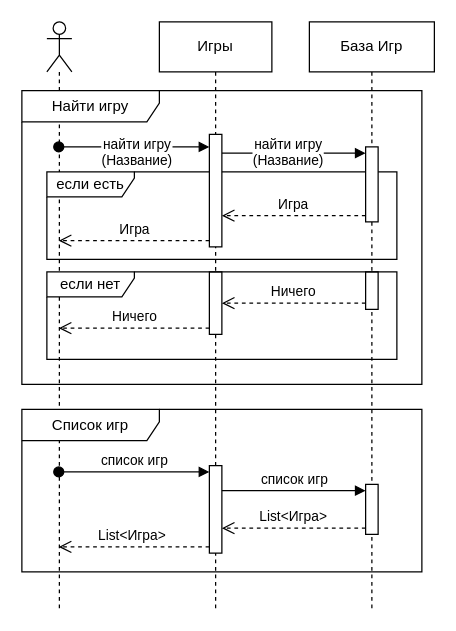
This is diagrams/User_Games.drawio from ShamsudinGH/table_games, a draw.io file, before an edit. Source tidied: cells renumbered, new cells numbered last; positions are measured from the earlier drawing's top-left corner, leaving out a move shared by most shapes. Both pictures are drawn from the tidied source at 125%, with x=0, y=0 at pixel (21, 21).
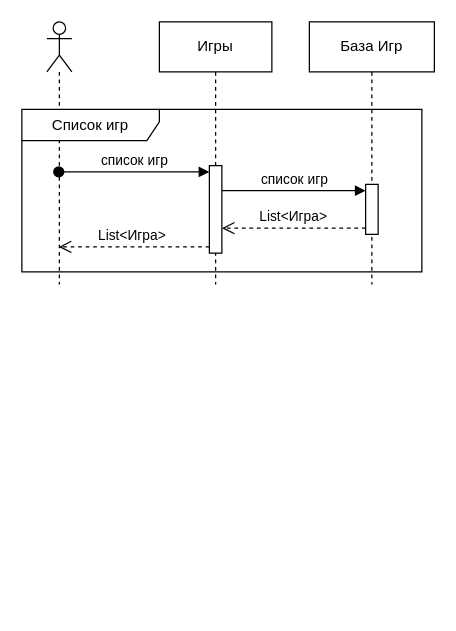
The same diagram, later.

The edit, as a diff of the source:
```diff
@@
     <mxCell id="2" style="shape=umlLifeline;perimeter=lifelinePerimeter;whiteSpace=wrap;html=1;outlineConnect=0;portConstraint=eastwest;newEdgeStyle={&quot;curved&quot;:0,&quot;rounded&quot;:0};participant=umlActor;" parent="1" vertex="1">
-      <mxGeometry x="20" width="20" height="470" as="geometry" />
+      <mxGeometry x="20" width="20" height="210" as="geometry" />
     </mxCell>
-    <mxCell id="3" value="найти игру&lt;br&gt;(Название)" style="html=1;verticalAlign=bottom;startArrow=oval;startFill=1;endArrow=block;startSize=8;curved=0;rounded=0;" parent="1" edge="1" target="9">
-      <mxGeometry x="0.01" y="-20" relative="1" as="geometry">
-        <mxPoint x="29.5" y="100" as="sourcePoint" />
-        <mxPoint x="1" as="offset" />
-      </mxGeometry>
-    </mxCell>
-    <mxCell id="4" value="найти игру&lt;br&gt;(Название)" style="html=1;verticalAlign=bottom;endArrow=block;curved=0;rounded=0;entryX=0;entryY=0;entryDx=0;entryDy=5;" parent="1" edge="1" source="9" target="13">
-      <mxGeometry x="-0.08" y="-15" relative="1" as="geometry" />
-    </mxCell>
-    <mxCell id="5" value="Игра" style="html=1;verticalAlign=bottom;endArrow=open;dashed=1;endSize=8;curved=0;rounded=0;exitX=0;exitY=1;exitDx=0;exitDy=-5;" parent="1" edge="1" source="13" target="9">
-      <mxGeometry relative="1" as="geometry" />
-    </mxCell>
-    <mxCell id="6" value="Игра" style="html=1;verticalAlign=bottom;endArrow=open;dashed=1;endSize=8;curved=0;rounded=0;exitX=0;exitY=1;exitDx=0;exitDy=-5;exitPerimeter=0;" parent="1" edge="1" source="9">
-      <mxGeometry relative="1" as="geometry">
-        <mxPoint x="29.5" y="175" as="targetPoint" />
-      </mxGeometry>
-    </mxCell>
-    <mxCell id="7" value="если есть" style="shape=umlFrame;whiteSpace=wrap;html=1;width=70;height=20;" parent="1" vertex="1">
-      <mxGeometry x="20" y="120" width="280" height="70" as="geometry" />
-    </mxCell>
     <mxCell id="8" value="Игры" style="shape=umlLifeline;perimeter=lifelinePerimeter;whiteSpace=wrap;html=1;newEdgeStyle={&quot;curved&quot;:0,&quot;rounded&quot;:0};" parent="1" vertex="1">
-      <mxGeometry x="110" width="90" height="470" as="geometry" />
+      <mxGeometry x="110" width="90" height="210" as="geometry" />
     </mxCell>
-    <mxCell id="9" style="html=1;points=[[0,0,0,0,5],[0,1,0,0,-5],[1,0,0,0,5],[1,1,0,0,-5]];perimeter=orthogonalPerimeter;outlineConnect=0;targetShapes=umlLifeline;portConstraint=eastwest;newEdgeStyle={&quot;curved&quot;:0,&quot;rounded&quot;:0};" parent="8" vertex="1">
-      <mxGeometry x="40" y="90" width="10" height="90" as="geometry" />
-    </mxCell>
-    <mxCell id="10" style="html=1;points=[[0,0,0,0,5],[0,1,0,0,-5],[1,0,0,0,5],[1,1,0,0,-5]];perimeter=orthogonalPerimeter;outlineConnect=0;targetShapes=umlLifeline;portConstraint=eastwest;newEdgeStyle={&quot;curved&quot;:0,&quot;rounded&quot;:0};" parent="8" vertex="1">
-      <mxGeometry x="40" y="200" width="10" height="50" as="geometry" />
-    </mxCell>
+    <mxCell id="12" value="База Игр" style="shape=umlLifeline;perimeter=lifelinePerimeter;whiteSpace=wrap;html=1;newEdgeStyle={&quot;curved&quot;:0,&quot;rounded&quot;:0};" parent="1" vertex="1">
+      <mxGeometry x="230" width="100" height="210" as="geometry" />
+    </mxCell>
-    <mxCell id="11" style="html=1;points=[[0,0,0,0,5],[0,1,0,0,-5],[1,0,0,0,5],[1,1,0,0,-5]];perimeter=orthogonalPerimeter;outlineConnect=0;targetShapes=umlLifeline;portConstraint=eastwest;newEdgeStyle={&quot;curved&quot;:0,&quot;rounded&quot;:0};" parent="8" vertex="1">
-      <mxGeometry x="40" y="355" width="10" height="70" as="geometry" />
+    <mxCell id="11" style="html=1;points=[[0,0,0,0,5],[0,1,0,0,-5],[1,0,0,0,5],[1,1,0,0,-5]];perimeter=orthogonalPerimeter;outlineConnect=0;targetShapes=umlLifeline;portConstraint=eastwest;newEdgeStyle={&quot;curved&quot;:0,&quot;rounded&quot;:0};" parent="12" vertex="1">
+      <mxGeometry x="-80" y="115" width="10" height="70" as="geometry" />
     </mxCell>
-    <mxCell id="12" value="База Игр" style="shape=umlLifeline;perimeter=lifelinePerimeter;whiteSpace=wrap;html=1;newEdgeStyle={&quot;curved&quot;:0,&quot;rounded&quot;:0};" parent="1" vertex="1">
-      <mxGeometry x="230" width="100" height="470" as="geometry" />
-    </mxCell>
-    <mxCell id="13" style="html=1;points=[[0,0,0,0,5],[0,1,0,0,-5],[1,0,0,0,5],[1,1,0,0,-5]];perimeter=orthogonalPerimeter;outlineConnect=0;targetShapes=umlLifeline;portConstraint=eastwest;newEdgeStyle={&quot;curved&quot;:0,&quot;rounded&quot;:0};" parent="12" vertex="1">
-      <mxGeometry x="45" y="100" width="10" height="60" as="geometry" />
-    </mxCell>
-    <mxCell id="14" style="html=1;points=[[0,0,0,0,5],[0,1,0,0,-5],[1,0,0,0,5],[1,1,0,0,-5]];perimeter=orthogonalPerimeter;outlineConnect=0;targetShapes=umlLifeline;portConstraint=eastwest;newEdgeStyle={&quot;curved&quot;:0,&quot;rounded&quot;:0};" parent="12" vertex="1">
-      <mxGeometry x="45" y="200" width="10" height="30" as="geometry" />
-    </mxCell>
-    <mxCell id="15" value="Ничего" style="html=1;verticalAlign=bottom;endArrow=open;dashed=1;endSize=8;curved=0;rounded=0;exitX=0;exitY=1;exitDx=0;exitDy=-5;exitPerimeter=0;" parent="1" edge="1" source="14" target="10">
-      <mxGeometry relative="1" as="geometry" />
-    </mxCell>
-    <mxCell id="16" value="Ничего" style="html=1;verticalAlign=bottom;endArrow=open;dashed=1;endSize=8;curved=0;rounded=0;exitX=0;exitY=1;exitDx=0;exitDy=-5;exitPerimeter=0;" parent="1" edge="1" source="10">
-      <mxGeometry relative="1" as="geometry">
-        <mxPoint x="29.5" y="245" as="targetPoint" />
-      </mxGeometry>
-    </mxCell>
-    <mxCell id="17" value="если нет" style="shape=umlFrame;whiteSpace=wrap;html=1;width=70;height=20;" parent="1" vertex="1">
-      <mxGeometry x="20" y="200" width="280" height="70" as="geometry" />
-    </mxCell>
-    <mxCell id="18" value="Найти игру" style="shape=umlFrame;whiteSpace=wrap;html=1;width=110;height=25;" parent="1" vertex="1">
-      <mxGeometry y="55" width="320" height="235" as="geometry" />
-    </mxCell>
-    <mxCell id="19" value="Список игр" style="shape=umlFrame;whiteSpace=wrap;html=1;width=110;height=25;" parent="1" vertex="1">
-      <mxGeometry y="310" width="320" height="130" as="geometry" />
+    <mxCell id="19" value="Список игр" style="shape=umlFrame;whiteSpace=wrap;html=1;width=110;height=25;" parent="12" vertex="1">
+      <mxGeometry x="-230" y="70" width="320" height="130" as="geometry" />
     </mxCell>
-    <mxCell id="20" value="список игр" style="html=1;verticalAlign=bottom;startArrow=oval;endArrow=block;startSize=8;curved=0;rounded=0;entryX=0;entryY=0;entryDx=0;entryDy=5;" parent="1" edge="1" source="2" target="11">
-      <mxGeometry relative="1" as="geometry" />
+    <mxCell id="20" value="список игр" style="html=1;verticalAlign=bottom;startArrow=oval;endArrow=block;startSize=8;curved=0;rounded=0;entryX=0;entryY=0;entryDx=0;entryDy=5;" parent="12" edge="1" target="11">
+      <mxGeometry relative="1" as="geometry">
+        <mxPoint x="-200.5" y="120" as="sourcePoint" />
+      </mxGeometry>
     </mxCell>
-    <mxCell id="21" style="html=1;verticalAlign=bottom;endArrow=open;dashed=1;endSize=8;curved=0;rounded=0;exitX=0;exitY=1;exitDx=0;exitDy=-5;exitPerimeter=0;" parent="1" edge="1" source="11" target="2">
-      <mxGeometry relative="1" as="geometry" />
+    <mxCell id="21" style="html=1;verticalAlign=bottom;endArrow=open;dashed=1;endSize=8;curved=0;rounded=0;exitX=0;exitY=1;exitDx=0;exitDy=-5;exitPerimeter=0;" parent="12" edge="1" source="11">
+      <mxGeometry relative="1" as="geometry">
+        <mxPoint x="-200.5" y="180" as="targetPoint" />
+      </mxGeometry>
     </mxCell>
@@
-    <mxCell id="23" style="html=1;points=[[0,0,0,0,5],[0,1,0,0,-5],[1,0,0,0,5],[1,1,0,0,-5]];perimeter=orthogonalPerimeter;outlineConnect=0;targetShapes=umlLifeline;portConstraint=eastwest;newEdgeStyle={&quot;curved&quot;:0,&quot;rounded&quot;:0};" parent="1" vertex="1">
-      <mxGeometry x="275" y="370" width="10" height="40" as="geometry" />
+    <mxCell id="23" style="html=1;points=[[0,0,0,0,5],[0,1,0,0,-5],[1,0,0,0,5],[1,1,0,0,-5]];perimeter=orthogonalPerimeter;outlineConnect=0;targetShapes=umlLifeline;portConstraint=eastwest;newEdgeStyle={&quot;curved&quot;:0,&quot;rounded&quot;:0};" parent="12" vertex="1">
+      <mxGeometry x="45" y="130" width="10" height="40" as="geometry" />
     </mxCell>
-    <mxCell id="24" value="список игр" style="html=1;verticalAlign=bottom;endArrow=block;curved=0;rounded=0;entryX=0;entryY=0;entryDx=0;entryDy=5;" parent="1" edge="1" source="11" target="23">
+    <mxCell id="24" value="список игр" style="html=1;verticalAlign=bottom;endArrow=block;curved=0;rounded=0;entryX=0;entryY=0;entryDx=0;entryDy=5;" parent="12" edge="1" source="11" target="23">
       <mxGeometry relative="1" as="geometry" />
     </mxCell>
-    <mxCell id="25" value="List&amp;lt;Игра&amp;gt;" style="html=1;verticalAlign=bottom;endArrow=open;dashed=1;endSize=8;curved=0;rounded=0;exitX=0;exitY=1;exitDx=0;exitDy=-5;" parent="1" edge="1" source="23" target="11">
+    <mxCell id="25" value="List&amp;lt;Игра&amp;gt;" style="html=1;verticalAlign=bottom;endArrow=open;dashed=1;endSize=8;curved=0;rounded=0;exitX=0;exitY=1;exitDx=0;exitDy=-5;" parent="12" edge="1" source="23" target="11">
       <mxGeometry x="0.01" relative="1" as="geometry" />
     </mxCell>
```
